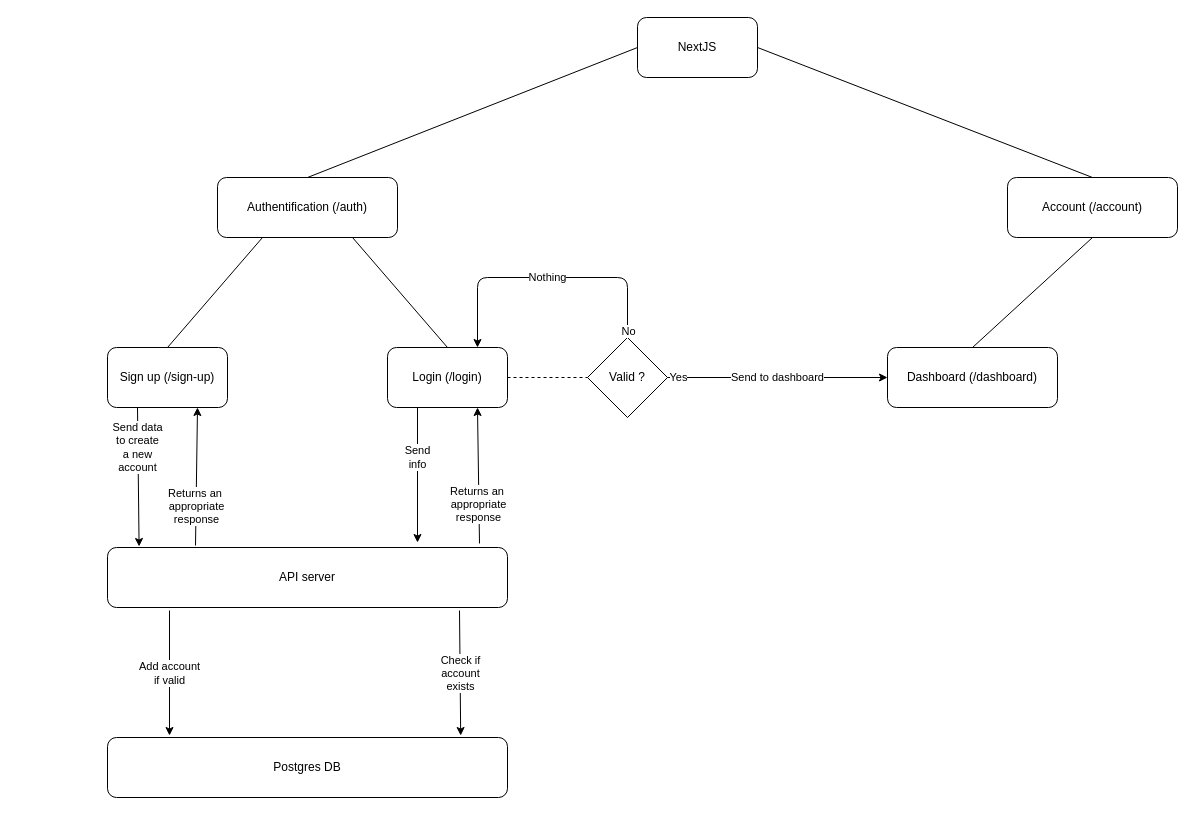
The draw.io diagram admin/visual_repr.drawio in novaotp/silicate, before the edit. Source tidied: cells renumbered, new cells numbered last; positions are measured from the earlier drawing's top-left corner, leaving out a move shared by most shapes. Both pictures are drawn from the tidied source at 100%, with x=0, y=0 at pixel (107, 17).
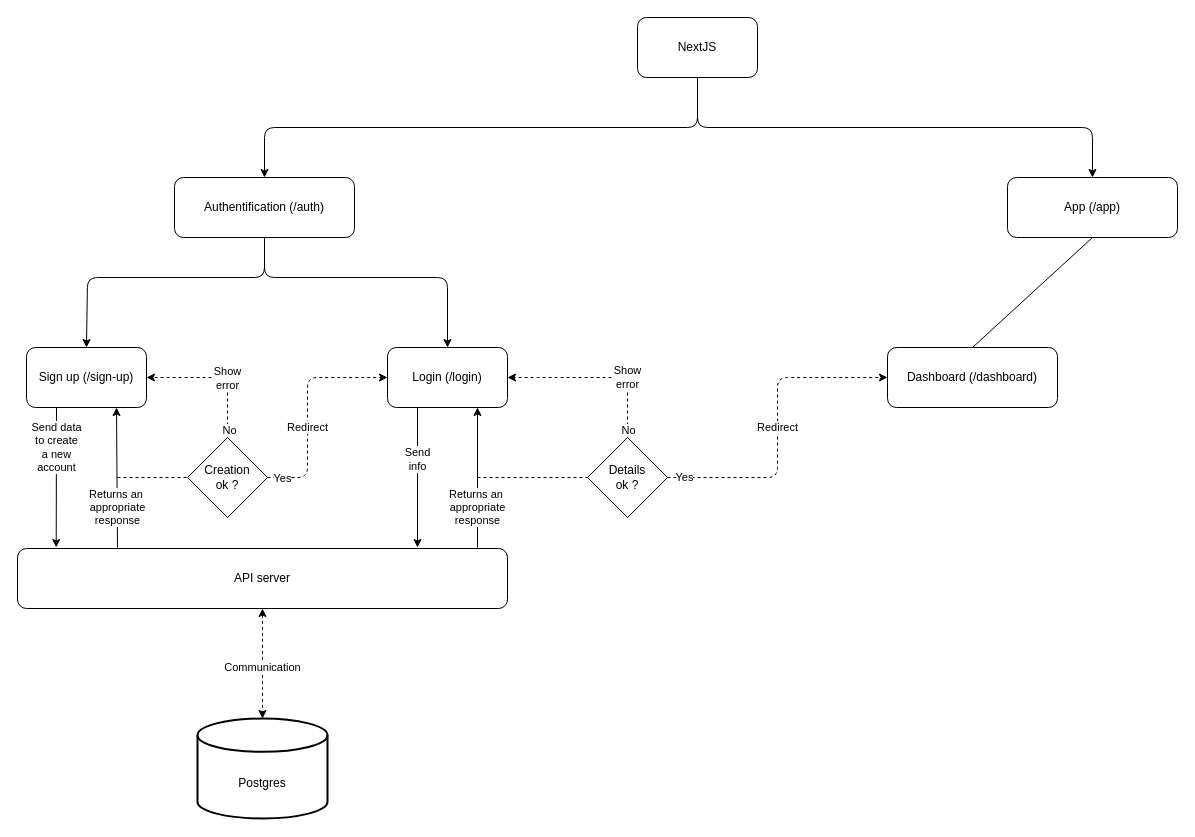
The same page after the edit.

Commit message:
Added a partial visual repr update (to continue)

Unchanged cells that the change refers to:
```xml
<mxCell id="5" value="Login (/login)" style="rounded=1;whiteSpace=wrap;html=1;" parent="1" vertex="1">
  <mxGeometry x="280" y="330" width="120" height="60" as="geometry" />
</mxCell>
<mxCell id="19" value="Dashboard (/dashboard)" style="rounded=1;whiteSpace=wrap;html=1;" parent="1" vertex="1">
  <mxGeometry x="780" y="330" width="170" height="60" as="geometry" />
</mxCell>
<mxCell id="24" value="NextJS" style="rounded=1;whiteSpace=wrap;html=1;" parent="1" vertex="1">
  <mxGeometry x="530" width="120" height="60" as="geometry" />
</mxCell>
```

Change to the diagram source:
```diff
@@
-    <mxCell id="2" style="edgeStyle=none;html=1;exitX=0.75;exitY=1;exitDx=0;exitDy=0;entryX=0.5;entryY=0;entryDx=0;entryDy=0;endArrow=none;endFill=0;" parent="1" edge="1" source="3" target="5">
-      <mxGeometry relative="1" as="geometry" />
+    <mxCell id="2" style="edgeStyle=none;html=1;exitX=0.5;exitY=1;exitDx=0;exitDy=0;entryX=0.5;entryY=0;entryDx=0;entryDy=0;endArrow=classic;endFill=1;" parent="1" edge="1" source="3" target="5">
+      <mxGeometry relative="1" as="geometry">
+        <Array as="points">
+          <mxPoint x="157" y="260" />
+          <mxPoint x="340" y="260" />
+        </Array>
+      </mxGeometry>
     </mxCell>
     <mxCell id="3" value="Authentification (/auth)" style="rounded=1;whiteSpace=wrap;html=1;" parent="1" vertex="1">
-      <mxGeometry x="110" y="160" width="180" height="60" as="geometry" />
+      <mxGeometry x="67" y="160" width="180" height="60" as="geometry" />
     </mxCell>
     <mxCell id="4" value="Sign up (/sign-up)" style="rounded=1;whiteSpace=wrap;html=1;" parent="1" vertex="1">
-      <mxGeometry y="330" width="120" height="60" as="geometry" />
+      <mxGeometry x="-81" y="330" width="120" height="60" as="geometry" />
     </mxCell>
@@
-    <mxCell id="6" style="endArrow=none;html=1;exitX=0.25;exitY=1;exitDx=0;exitDy=0;entryX=0.5;entryY=0;entryDx=0;entryDy=0;endFill=0;" parent="1" edge="1" source="3" target="4">
-      <mxGeometry relative="1" as="geometry" />
+    <mxCell id="6" style="endArrow=classic;html=1;exitX=0.5;exitY=1;exitDx=0;exitDy=0;entryX=0.5;entryY=0;entryDx=0;entryDy=0;endFill=1;" parent="1" edge="1" source="3" target="4">
+      <mxGeometry relative="1" as="geometry">
+        <Array as="points">
+          <mxPoint x="157" y="260" />
+          <mxPoint x="-20" y="260" />
+        </Array>
+      </mxGeometry>
     </mxCell>
     <mxCell id="7" value="API server" style="rounded=1;whiteSpace=wrap;html=1;" parent="1" vertex="1">
-      <mxGeometry y="530" width="400" height="60" as="geometry" />
+      <mxGeometry x="-90" y="531" width="490" height="60" as="geometry" />
     </mxCell>
@@
-    <mxCell id="9" value="Returns an&amp;nbsp;&lt;br&gt;appropriate&lt;br&gt;response" style="endArrow=classic;html=1;entryX=0.75;entryY=1;entryDx=0;entryDy=0;exitX=0.22;exitY=-0.033;exitDx=0;exitDy=0;exitPerimeter=0;" parent="1" edge="1" source="7" target="4">
-      <mxGeometry x="-0.43" relative="1" as="geometry" />
+    <mxCell id="9" value="Returns an&amp;nbsp;&lt;br&gt;appropriate&lt;br&gt;response" style="endArrow=classic;html=1;entryX=0.75;entryY=1;entryDx=0;entryDy=0;" parent="1" edge="1" target="4">
+      <mxGeometry x="-0.43" relative="1" as="geometry">
+        <mxPoint x="10" y="530" as="sourcePoint" />
+      </mxGeometry>
     </mxCell>
-    <mxCell id="10" value="Postgres DB" style="rounded=1;whiteSpace=wrap;html=1;" parent="1" vertex="1">
-      <mxGeometry y="720" width="400" height="60" as="geometry" />
-    </mxCell>
-    <mxCell id="11" value="Add account&lt;br&gt;if valid" style="endArrow=classic;html=1;exitX=0.155;exitY=1.05;exitDx=0;exitDy=0;entryX=0.155;entryY=-0.033;entryDx=0;entryDy=0;exitPerimeter=0;entryPerimeter=0;" parent="1" edge="1" source="7" target="10">
-      <mxGeometry relative="1" as="geometry" />
-    </mxCell>
-    <mxCell id="12" value="Send&lt;br&gt;info" style="endArrow=classic;html=1;exitX=0.25;exitY=1;exitDx=0;exitDy=0;entryX=0.775;entryY=-0.083;entryDx=0;entryDy=0;entryPerimeter=0;" parent="1" edge="1" source="5" target="7">
-      <mxGeometry x="-0.26" relative="1" as="geometry" />
+    <mxCell id="12" value="Send&lt;br&gt;info" style="endArrow=classic;html=1;exitX=0.25;exitY=1;exitDx=0;exitDy=0;" parent="1" edge="1" source="5">
+      <mxGeometry x="-0.26" relative="1" as="geometry">
+        <mxPoint x="310" y="530" as="targetPoint" />
+      </mxGeometry>
     </mxCell>
-    <mxCell id="13" value="Check if&lt;br&gt;account&lt;br&gt;exists" style="endArrow=classic;html=1;exitX=0.88;exitY=1.05;exitDx=0;exitDy=0;exitPerimeter=0;entryX=0.883;entryY=-0.033;entryDx=0;entryDy=0;entryPerimeter=0;" parent="1" edge="1" source="7" target="10">
-      <mxGeometry relative="1" as="geometry" />
+    <mxCell id="13" value="Communication" style="endArrow=classic;html=1;exitX=0.5;exitY=1;exitDx=0;exitDy=0;entryX=0.5;entryY=0;entryDx=0;entryDy=0;entryPerimeter=0;startArrow=classic;startFill=1;dashed=1;" parent="1" edge="1" source="7" target="27">
+      <mxGeometry x="0.07" relative="1" as="geometry">
+        <Array as="points">
+          <mxPoint x="155" y="660" />
+        </Array>
+      </mxGeometry>
     </mxCell>
-    <mxCell id="14" value="Returns an&amp;nbsp;&lt;br&gt;appropriate&lt;br&gt;response" style="endArrow=classic;html=1;entryX=0.75;entryY=1;entryDx=0;entryDy=0;exitX=0.93;exitY=-0.067;exitDx=0;exitDy=0;exitPerimeter=0;" parent="1" edge="1" source="7" target="5">
-      <mxGeometry x="-0.43" relative="1" as="geometry" />
+    <mxCell id="14" value="Returns an&amp;nbsp;&lt;br&gt;appropriate&lt;br&gt;response" style="endArrow=classic;html=1;entryX=0.75;entryY=1;entryDx=0;entryDy=0;" parent="1" edge="1" target="5">
+      <mxGeometry x="-0.43" relative="1" as="geometry">
+        <mxPoint x="370" y="530" as="sourcePoint" />
+      </mxGeometry>
     </mxCell>
-    <mxCell id="15" value="Valid ?" style="rhombus;whiteSpace=wrap;html=1;" parent="1" vertex="1">
-      <mxGeometry x="480" y="320" width="80" height="80" as="geometry" />
+    <mxCell id="15" value="Details&lt;br&gt;ok ?" style="rhombus;whiteSpace=wrap;html=1;" parent="1" vertex="1">
+      <mxGeometry x="480" y="420" width="80" height="80" as="geometry" />
     </mxCell>
-    <mxCell id="16" style="endArrow=none;dashed=1;html=1;exitX=1;exitY=0.5;exitDx=0;exitDy=0;entryX=0;entryY=0.5;entryDx=0;entryDy=0;" parent="1" edge="1" source="5" target="15">
-      <mxGeometry relative="1" as="geometry" />
+    <mxCell id="16" style="endArrow=none;dashed=1;html=1;entryX=0;entryY=0.5;entryDx=0;entryDy=0;" parent="1" edge="1" target="15">
+      <mxGeometry relative="1" as="geometry">
+        <mxPoint x="370" y="460" as="sourcePoint" />
+      </mxGeometry>
     </mxCell>
-    <mxCell id="17" value="Nothing" style="endArrow=classic;html=1;exitX=0.5;exitY=0;exitDx=0;exitDy=0;entryX=0.75;entryY=0;entryDx=0;entryDy=0;" parent="1" edge="1">
-      <mxGeometry relative="1" as="geometry">
-        <mxPoint x="520" y="320" as="sourcePoint" />
-        <mxPoint x="370" y="330" as="targetPoint" />
+    <mxCell id="17" value="Show&lt;br&gt;error" style="endArrow=classic;html=1;exitX=0.5;exitY=0;exitDx=0;exitDy=0;entryX=1;entryY=0.5;entryDx=0;entryDy=0;dashed=1;" parent="1" edge="1" source="15" target="5">
+      <mxGeometry x="-0.33" relative="1" as="geometry">
         <Array as="points">
-          <mxPoint x="520" y="260" />
-          <mxPoint x="370" y="260" />
+          <mxPoint x="520" y="360" />
+          <mxPoint x="440" y="360" />
         </Array>
       </mxGeometry>
     </mxCell>
     <mxCell id="18" value="No" style="edgeLabel;html=1;align=center;verticalAlign=middle;" parent="17" vertex="1">
-      <mxGeometry x="-0.91" relative="1" as="geometry">
-        <mxPoint y="6" as="offset" />
-      </mxGeometry>
+      <mxGeometry x="-0.91" relative="1" as="geometry" />
     </mxCell>
@@
-    <mxCell id="20" value="Send to dashboard" style="endArrow=classic;html=1;exitX=1;exitY=0.5;exitDx=0;exitDy=0;entryX=0;entryY=0.5;entryDx=0;entryDy=0;" parent="1" edge="1" source="15" target="19">
-      <mxGeometry relative="1" as="geometry" />
+    <mxCell id="20" value="Redirect" style="endArrow=classic;html=1;exitX=1;exitY=0.5;exitDx=0;exitDy=0;entryX=0;entryY=0.5;entryDx=0;entryDy=0;dashed=1;" parent="1" edge="1" source="15" target="19">
+      <mxGeometry relative="1" as="geometry">
+        <Array as="points">
+          <mxPoint x="670" y="460" />
+          <mxPoint x="670" y="360" />
+        </Array>
+      </mxGeometry>
     </mxCell>
@@
-    <mxCell id="22" value="Account (/account)" style="rounded=1;whiteSpace=wrap;html=1;" parent="1" vertex="1">
+    <mxCell id="22" value="App (/app)" style="rounded=1;whiteSpace=wrap;html=1;" parent="1" vertex="1">
       <mxGeometry x="900" y="160" width="170" height="60" as="geometry" />
     </mxCell>
@@
-    <mxCell id="25" style="endArrow=none;html=1;exitX=0.5;exitY=0;exitDx=0;exitDy=0;entryX=0;entryY=0.5;entryDx=0;entryDy=0;" parent="1" edge="1" source="3" target="24">
-      <mxGeometry relative="1" as="geometry" />
+    <mxCell id="25" style="endArrow=none;html=1;exitX=0.5;exitY=0;exitDx=0;exitDy=0;entryX=0.5;entryY=1;entryDx=0;entryDy=0;endFill=0;startArrow=classic;startFill=1;" parent="1" edge="1" source="3" target="24">
+      <mxGeometry relative="1" as="geometry">
+        <Array as="points">
+          <mxPoint x="157" y="110" />
+          <mxPoint x="590" y="110" />
+        </Array>
+      </mxGeometry>
     </mxCell>
-    <mxCell id="26" style="endArrow=none;html=1;exitX=1;exitY=0.5;exitDx=0;exitDy=0;entryX=0.5;entryY=0;entryDx=0;entryDy=0;" parent="1" edge="1" source="24" target="22">
-      <mxGeometry relative="1" as="geometry" />
+    <mxCell id="26" style="endArrow=classic;html=1;exitX=0.5;exitY=1;exitDx=0;exitDy=0;entryX=0.5;entryY=0;entryDx=0;entryDy=0;endFill=1;" parent="1" edge="1" source="24" target="22">
+      <mxGeometry relative="1" as="geometry">
+        <Array as="points">
+          <mxPoint x="590" y="110" />
+          <mxPoint x="985" y="110" />
+        </Array>
+      </mxGeometry>
     </mxCell>
+    <mxCell id="27" value="&lt;br&gt;&lt;br&gt;Postgres" style="strokeWidth=2;html=1;shape=mxgraph.flowchart.database;whiteSpace=wrap;" parent="1" vertex="1">
+      <mxGeometry x="90" y="701" width="130" height="100" as="geometry" />
+    </mxCell>
+    <mxCell id="28" value="Creation&lt;br&gt;ok ?" style="rhombus;whiteSpace=wrap;html=1;" parent="1" vertex="1">
+      <mxGeometry x="80" y="420" width="80" height="80" as="geometry" />
+    </mxCell>
+    <mxCell id="29" style="endArrow=none;dashed=1;html=1;entryX=0;entryY=0.5;entryDx=0;entryDy=0;" parent="1" edge="1" target="28">
+      <mxGeometry relative="1" as="geometry">
+        <mxPoint x="10" y="460" as="sourcePoint" />
+      </mxGeometry>
+    </mxCell>
+    <mxCell id="30" value="Show&lt;br&gt;error" style="endArrow=classic;html=1;entryX=1;entryY=0.5;entryDx=0;entryDy=0;dashed=1;" parent="1" edge="1">
+      <mxGeometry x="-0.17" relative="1" as="geometry">
+        <mxPoint x="120" y="420" as="sourcePoint" />
+        <mxPoint x="39" y="360" as="targetPoint" />
+        <Array as="points">
+          <mxPoint x="120" y="360" />
+          <mxPoint x="70" y="360" />
+        </Array>
+      </mxGeometry>
+    </mxCell>
+    <mxCell id="31" value="No" style="edgeLabel;html=1;align=center;verticalAlign=middle;" parent="30" vertex="1">
+      <mxGeometry x="-0.91" relative="1" as="geometry">
+        <mxPoint x="1" y="-2" as="offset" />
+      </mxGeometry>
+    </mxCell>
+    <mxCell id="32" value="Redirect" style="endArrow=classic;html=1;exitX=1;exitY=0.5;exitDx=0;exitDy=0;entryX=0;entryY=0.5;entryDx=0;entryDy=0;dashed=1;" parent="1" edge="1" source="28" target="5">
+      <mxGeometry x="-0.18" relative="1" as="geometry">
+        <Array as="points">
+          <mxPoint x="200" y="460" />
+          <mxPoint x="200" y="410" />
+          <mxPoint x="200" y="360" />
+        </Array>
+      </mxGeometry>
+    </mxCell>
+    <mxCell id="33" value="Yes" style="edgeLabel;html=1;align=center;verticalAlign=middle;" parent="32" vertex="1">
+      <mxGeometry x="-0.88" y="-2" relative="1" as="geometry">
+        <mxPoint x="1" y="-2" as="offset" />
+      </mxGeometry>
+    </mxCell>
```
